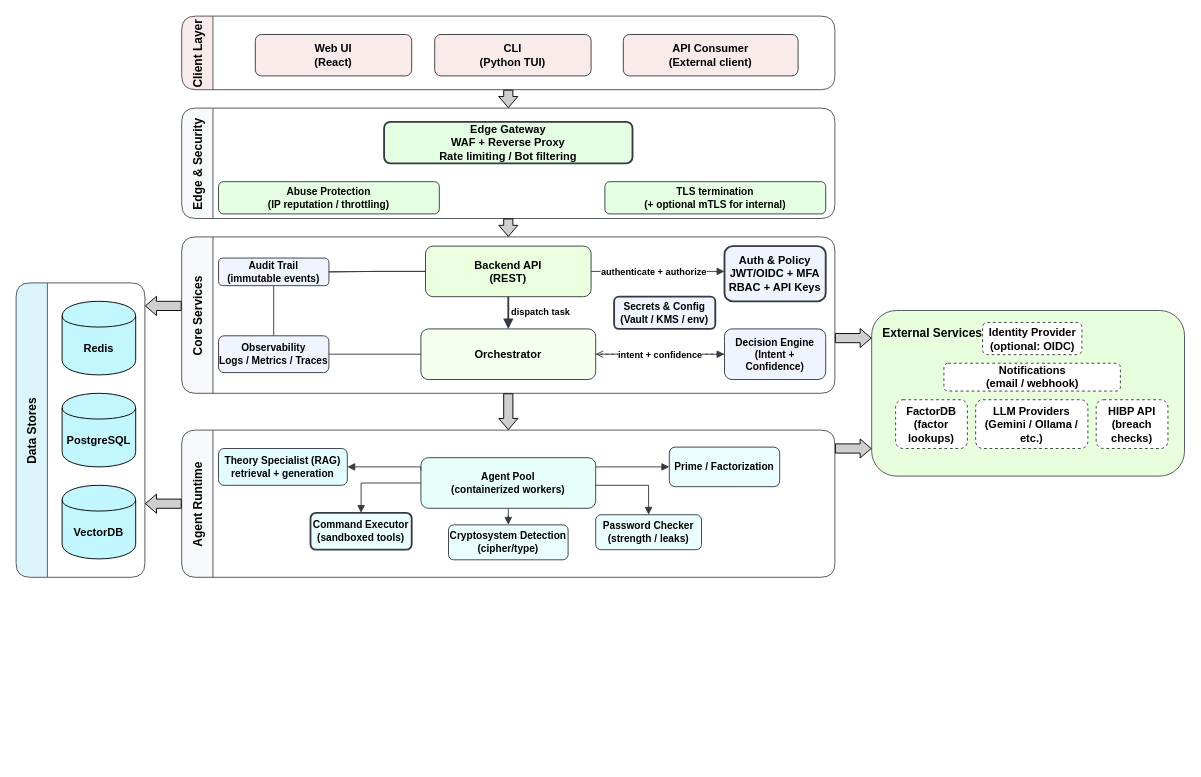
Earlier version of the draw.io diagram doc/SRS/diagrame/XML/diagrama_arhitectura.drawio (MoldoAndr/vitruvian-cipher). Source tidied: cells renumbered, new cells numbered last; positions are measured from the earlier drawing's top-left corner, leaving out a move shared by most shapes. Both pictures are drawn from the tidied source at 92%, with x=0, y=0 at pixel (16, 16).
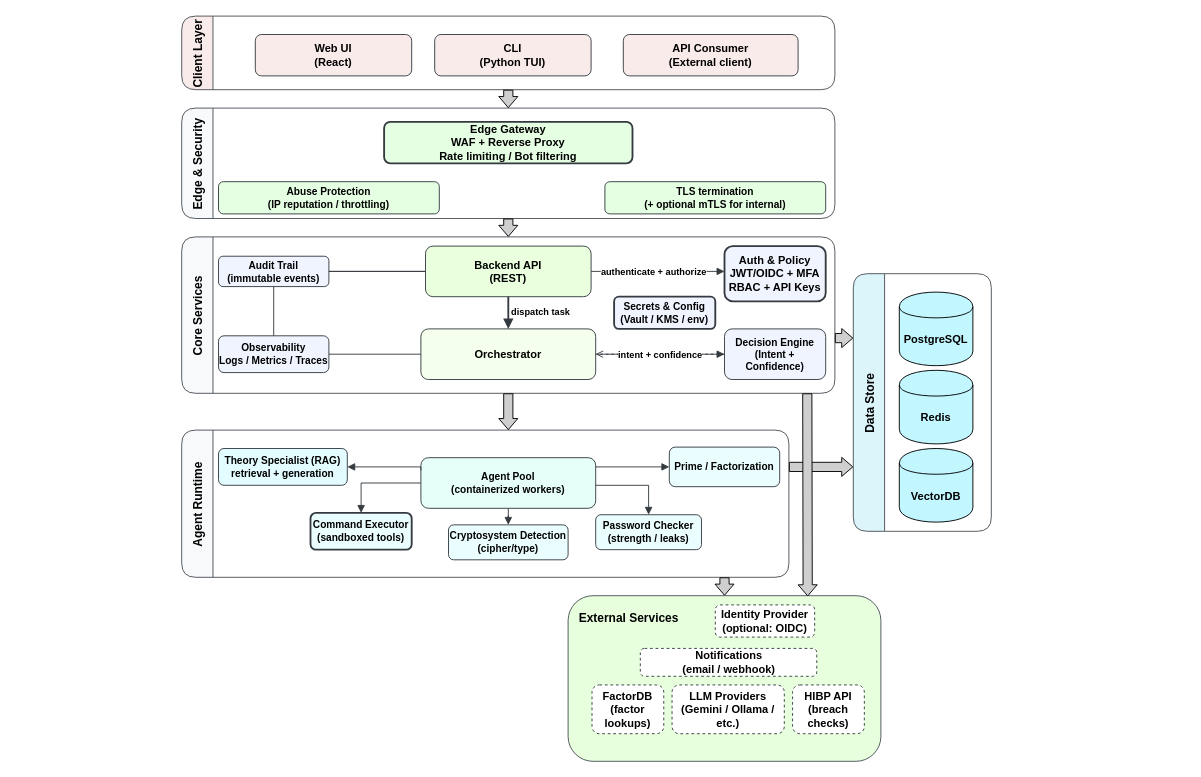
The same page after the edit.

Unchanged cells that the change refers to:
```xml
<mxCell id="10" value="Core Services" style="swimlane;horizontal=0;startSize=34;fillColor=#F8F9FA;strokeColor=#495057;fontStyle=1;fontFamily=Helvetica;fontSize=13;rounded=1;" parent="1" vertex="1">
  <mxGeometry x="180" y="240" width="710" height="170" as="geometry" />
</mxCell>
```

What changed in the source:
```diff
@@
     <mxCell id="18" value="&lt;span&gt;Audit Trail&lt;br&gt;(immutable events)&lt;/span&gt;" style="rounded=1;whiteSpace=wrap;html=1;align=center;verticalAlign=middle;fontFamily=Helvetica;fontSize=11;fillColor=#F0F4FF;strokeColor=#343A40;fontStyle=1;" parent="10" vertex="1">
-      <mxGeometry x="40" y="23" width="120" height="30" as="geometry" />
+      <mxGeometry x="40" y="21" width="120" height="33" as="geometry" />
     </mxCell>
@@
     <mxCell id="22" value="Agent Runtime" style="swimlane;horizontal=0;startSize=34;fillColor=#F8F9FA;strokeColor=#495057;fontStyle=1;fontFamily=Helvetica;fontSize=13;rounded=1;" parent="1" vertex="1">
-      <mxGeometry x="180" y="450" width="710" height="160" as="geometry" />
+      <mxGeometry x="180" y="450" width="660" height="160" as="geometry" />
     </mxCell>
@@
-    <mxCell id="30" value="Data Stores" style="swimlane;horizontal=0;startSize=34;fillColor=#DCF5FA;strokeColor=#495057;fontStyle=1;fontFamily=Helvetica;fontSize=13;rounded=1;" parent="1" vertex="1">
-      <mxGeometry y="290" width="140" height="320" as="geometry" />
-    </mxCell>
-    <mxCell id="31" value="&lt;span&gt;Redis&lt;/span&gt;" style="shape=cylinder;whiteSpace=wrap;html=1;boundedLbl=1;backgroundOutline=1;fillColor=#C2F7FF;fontStyle=1;" parent="30" vertex="1">
-      <mxGeometry x="50" y="20" width="80" height="80" as="geometry" />
-    </mxCell>
-    <mxCell id="32" value="&lt;span&gt;VectorDB&lt;/span&gt;" style="shape=cylinder;whiteSpace=wrap;html=1;boundedLbl=1;backgroundOutline=1;fillColor=#C2F7FF;fontStyle=1;" parent="30" vertex="1">
-      <mxGeometry x="50" y="220" width="80" height="80" as="geometry" />
-    </mxCell>
-    <mxCell id="33" value="&lt;span&gt;PostgreSQL&lt;/span&gt;" style="shape=cylinder;whiteSpace=wrap;html=1;boundedLbl=1;backgroundOutline=1;fillColor=#C2F7FF;fontStyle=1;" parent="30" vertex="1">
-      <mxGeometry x="50" y="120" width="80" height="80" as="geometry" />
-    </mxCell>
-    <mxCell id="34" style="shape=flexArrow;endArrow=classic;html=1;endWidth=9.714285714285714;endSize=3.697142857142857;fillColor=#CFCFCF;fontStyle=1;" parent="30" edge="1">
-      <mxGeometry relative="1" as="geometry">
-        <mxPoint x="180" y="25" as="sourcePoint" />
-        <mxPoint x="140" y="25" as="targetPoint" />
-      </mxGeometry>
-    </mxCell>
     <mxCell id="35" value="External Services" style="rounded=1;whiteSpace=wrap;html=1;align=left;verticalAlign=top;spacingLeft=10;spacingTop=10;fontFamily=Helvetica;fontSize=13;fontStyle=1;fillColor=#E8FFDE;strokeColor=#495057;strokeWidth=1;" parent="1" vertex="1">
-      <mxGeometry x="930" y="320" width="340" height="180" as="geometry" />
+      <mxGeometry x="600" y="630" width="340" height="180" as="geometry" />
     </mxCell>
@@
     <mxCell id="40" value="Identity Provider&#10;(optional: OIDC)" style="rounded=1;whiteSpace=wrap;html=1;align=center;verticalAlign=middle;fontFamily=Helvetica;fontSize=12;fillColor=#FFFFFF;strokeColor=#343A40;dashed=1;fontStyle=1;" parent="35" vertex="1">
-      <mxGeometry x="120.5" y="13" width="108" height="35" as="geometry" />
+      <mxGeometry x="160" y="10" width="108" height="35" as="geometry" />
     </mxCell>
@@
-    <mxCell id="49" style="shape=flexArrow;endArrow=classic;html=1;endWidth=9.714285714285714;endSize=3.697142857142857;fillColor=#CFCFCF;fontStyle=1;" parent="1" edge="1">
-      <mxGeometry relative="1" as="geometry">
-        <mxPoint x="890" y="470" as="sourcePoint" />
-        <mxPoint x="930" y="470" as="targetPoint" />
-      </mxGeometry>
+    <mxCell id="49" style="shape=flexArrow;endArrow=classic;html=1;endWidth=9.714285714285714;endSize=3.697142857142857;fillColor=#CFCFCF;fontStyle=1;entryX=0;entryY=0.75;entryDx=0;entryDy=0;exitX=1;exitY=0.25;exitDx=0;exitDy=0;" parent="1" edge="1" source="22" target="56">
+      <mxGeometry relative="1" as="geometry" />
     </mxCell>
-    <mxCell id="50" style="shape=flexArrow;endArrow=classic;html=1;endWidth=9.714285714285714;endSize=3.697142857142857;fillColor=#CFCFCF;fontStyle=1;" parent="1" edge="1">
-      <mxGeometry relative="1" as="geometry">
-        <mxPoint x="180" y="530" as="sourcePoint" />
-        <mxPoint x="140" y="530" as="targetPoint" />
-      </mxGeometry>
-    </mxCell>
-    <mxCell id="51" style="shape=flexArrow;endArrow=classic;html=1;endWidth=9.714285714285714;endSize=3.697142857142857;fillColor=#CFCFCF;fontStyle=1;" parent="1" edge="1">
+    <mxCell id="51" style="shape=flexArrow;endArrow=classic;html=1;endWidth=9.714285714285714;endSize=3.697142857142857;fillColor=#CFCFCF;fontStyle=1;entryX=0;entryY=0.25;entryDx=0;entryDy=0;" parent="1" edge="1" target="56">
       <mxGeometry relative="1" as="geometry">
         <mxPoint x="890" y="350" as="sourcePoint" />
-        <mxPoint x="930" y="350" as="targetPoint" />
       </mxGeometry>
     </mxCell>
@@
-    <mxCell id="54" style="shape=flexArrow;endArrow=classic;html=1;endWidth=9.714285714285714;endSize=3.697142857142857;fillColor=#CFCFCF;exitX=0.5;exitY=1;exitDx=0;exitDy=0;entryX=0.5;entryY=0;entryDx=0;entryDy=0;fontStyle=1;" parent="1" edge="1" source="10" target="22">
-      <mxGeometry relative="1" as="geometry" />
+    <mxCell id="54" style="shape=flexArrow;endArrow=classic;html=1;endWidth=9.714285714285714;endSize=3.697142857142857;fillColor=#CFCFCF;fontStyle=1;" parent="1" edge="1">
+      <mxGeometry relative="1" as="geometry">
+        <mxPoint x="535" y="410" as="sourcePoint" />
+        <mxPoint x="535" y="450" as="targetPoint" />
+      </mxGeometry>
     </mxCell>
+    <mxCell id="55" style="shape=flexArrow;endArrow=classic;html=1;endWidth=9.714285714285714;endSize=3.697142857142857;fillColor=#CFCFCF;fontStyle=1;entryX=0.5;entryY=0;entryDx=0;entryDy=0;" parent="1" edge="1" target="35">
+      <mxGeometry relative="1" as="geometry">
+        <mxPoint x="770" y="610" as="sourcePoint" />
+      </mxGeometry>
+    </mxCell>
+    <mxCell id="56" value="Data Store" style="swimlane;horizontal=0;startSize=34;fillColor=#DCF5FA;strokeColor=#495057;fontStyle=1;fontFamily=Helvetica;fontSize=13;rounded=1;" parent="1" vertex="1">
+      <mxGeometry x="910" y="280" width="150" height="280" as="geometry" />
+    </mxCell>
+    <mxCell id="33" value="&lt;span&gt;PostgreSQL&lt;/span&gt;" style="shape=cylinder;whiteSpace=wrap;html=1;boundedLbl=1;backgroundOutline=1;fillColor=#C2F7FF;fontStyle=1;" parent="56" vertex="1">
+      <mxGeometry x="50" y="20" width="80" height="80" as="geometry" />
+    </mxCell>
+    <mxCell id="31" value="&lt;span&gt;Redis&lt;/span&gt;" style="shape=cylinder;whiteSpace=wrap;html=1;boundedLbl=1;backgroundOutline=1;fillColor=#C2F7FF;fontStyle=1;" parent="56" vertex="1">
+      <mxGeometry x="50" y="105" width="80" height="80" as="geometry" />
+    </mxCell>
+    <mxCell id="32" value="&lt;span&gt;VectorDB&lt;/span&gt;" style="shape=cylinder;whiteSpace=wrap;html=1;boundedLbl=1;backgroundOutline=1;fillColor=#C2F7FF;fontStyle=1;" parent="56" vertex="1">
+      <mxGeometry x="50" y="190" width="80" height="80" as="geometry" />
+    </mxCell>
+    <mxCell id="57" style="shape=flexArrow;endArrow=classic;html=1;endWidth=9.714285714285714;endSize=3.697142857142857;fillColor=#CFCFCF;fontStyle=1;entryX=0.766;entryY=0.004;entryDx=0;entryDy=0;entryPerimeter=0;" parent="1" edge="1" target="35">
+      <mxGeometry relative="1" as="geometry">
+        <mxPoint x="860" y="410" as="sourcePoint" />
+      </mxGeometry>
+    </mxCell>
```
